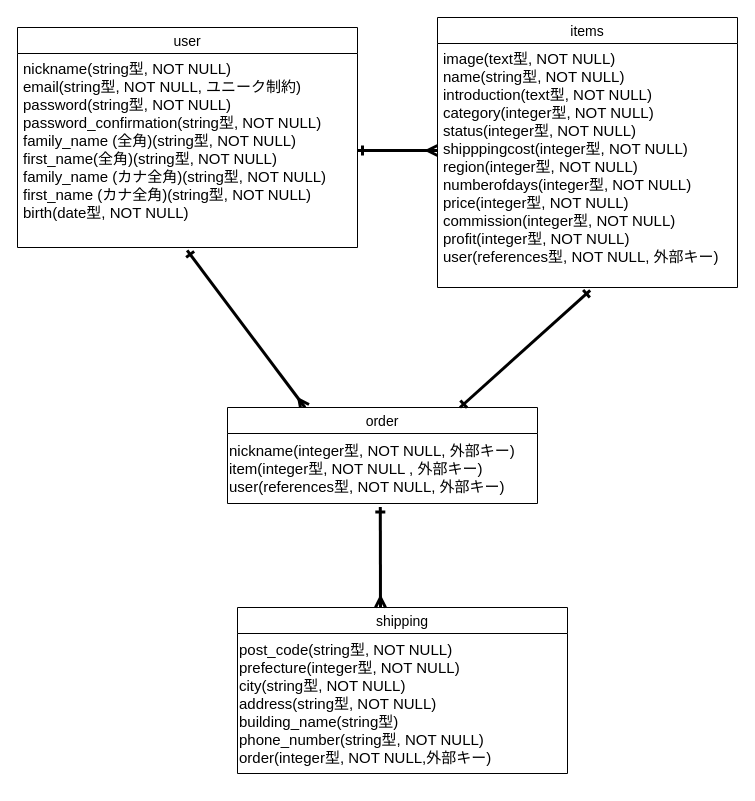
This is furima.dio from satoukouhei40002/furima-40002, a draw.io file, before an edit. Source tidied: cells renumbered, new cells numbered last; positions are measured from the earlier drawing's top-left corner, leaving out a move shared by most shapes. Both pictures are drawn from the tidied source at 100%, with x=0, y=0 at pixel (17, 17).
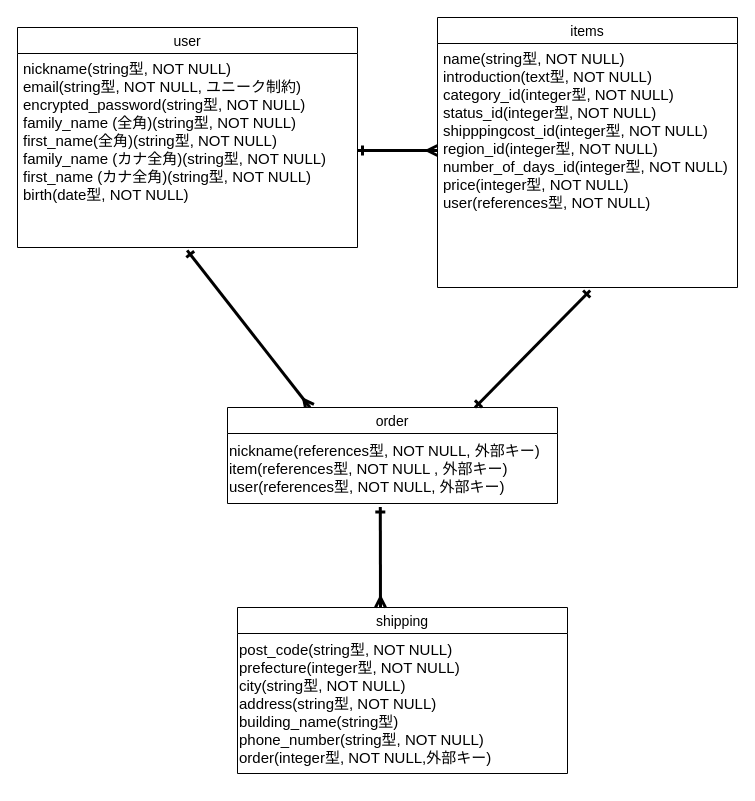
The same page after the edit.

Commit message (it also covers changes not shown here):
データベース設計2

The edit, as a diff of the source:
```diff
@@
 <mxGraphModel>
   <root>
     <mxCell id="0" />
     <mxCell id="1" parent="0" />
     <mxCell id="2" value="user" style="swimlane;fontStyle=0;horizontal=1;startSize=26;align=center;fontSize=14;strokeWidth=1;rounded=0;" parent="1" vertex="1">
       <mxGeometry y="10" width="340" height="220" as="geometry" />
     </mxCell>
-    <mxCell id="3" value="nickname(string型, NOT NULL)&#10;email(string型, NOT NULL, ユニーク制約)&#10;password(string型, NOT NULL)&#10;password_confirmation(string型, NOT NULL)&#10;family_name (全角)(string型, NOT NULL)&#10;first_name(全角)(string型, NOT NULL)&#10;family_name (カナ全角)(string型, NOT NULL)&#10;first_name (カナ全角)(string型, NOT NULL)&#10;birth(date型, NOT NULL)&#10;" style="text;strokeColor=none;fillColor=none;spacingLeft=4;spacingRight=4;overflow=hidden;points=[[0,0.5],[1,0.5]];portConstraint=eastwest;fontSize=15;strokeWidth=1;rounded=0;" parent="2" vertex="1">
+    <mxCell id="3" value="nickname(string型, NOT NULL)&#10;email(string型, NOT NULL, ユニーク制約)&#10;encrypted_password(string型, NOT NULL)&#10;family_name (全角)(string型, NOT NULL)&#10;first_name(全角)(string型, NOT NULL)&#10;family_name (カナ全角)(string型, NOT NULL)&#10;first_name (カナ全角)(string型, NOT NULL)&#10;birth(date型, NOT NULL)&#10;" style="text;strokeColor=none;fillColor=none;spacingLeft=4;spacingRight=4;overflow=hidden;points=[[0,0.5],[1,0.5]];portConstraint=eastwest;fontSize=15;strokeWidth=1;rounded=0;" parent="2" vertex="1">
       <mxGeometry y="26" width="340" height="194" as="geometry" />
     </mxCell>
     <mxCell id="4" value="items" style="swimlane;fontStyle=0;horizontal=1;startSize=26;align=center;fontSize=14;strokeWidth=1;rounded=0;" parent="1" vertex="1">
       <mxGeometry x="420" width="300" height="270" as="geometry" />
     </mxCell>
-    <mxCell id="5" value="image(text型, NOT NULL)&#10;name(string型, NOT NULL)&#10;introduction(text型, NOT NULL)&#10;category(integer型, NOT NULL)&#10;status(integer型, NOT NULL)&#10;shipppingcost(integer型, NOT NULL)&#10;region(integer型, NOT NULL)&#10;numberofdays(integer型, NOT NULL)&#10;price(integer型, NOT NULL)&#10;commission(integer型, NOT NULL)&#10;profit(integer型, NOT NULL)&#10;user(references型, NOT NULL, 外部キー)" style="text;strokeColor=none;fillColor=none;spacingLeft=4;spacingRight=4;overflow=hidden;points=[[0,0.5],[1,0.5]];portConstraint=eastwest;fontSize=15;strokeWidth=1;rounded=0;" parent="4" vertex="1">
+    <mxCell id="5" value="name(string型, NOT NULL)&#10;introduction(text型, NOT NULL)&#10;category_id(integer型, NOT NULL)&#10;status_id(integer型, NOT NULL)&#10;shipppingcost_id(integer型, NOT NULL)&#10;region_id(integer型, NOT NULL)&#10;number_of_days_id(integer型, NOT NULL)&#10;price(integer型, NOT NULL)&#10;user(references型, NOT NULL)" style="text;strokeColor=none;fillColor=none;spacingLeft=4;spacingRight=4;overflow=hidden;points=[[0,0.5],[1,0.5]];portConstraint=eastwest;fontSize=15;strokeWidth=1;rounded=0;" parent="4" vertex="1">
       <mxGeometry y="26" width="300" height="244" as="geometry" />
     </mxCell>
     <mxCell id="6" style="edgeStyle=none;html=1;strokeWidth=3;fontSize=15;startArrow=ERmany;startFill=0;endArrow=ERone;endFill=0;exitX=0.25;exitY=0;exitDx=0;exitDy=0;entryX=0.499;entryY=1.015;entryDx=0;entryDy=0;entryPerimeter=0;" parent="1" edge="1" source="7" target="3">
       <mxGeometry relative="1" as="geometry" />
     </mxCell>
     <mxCell id="7" value="order" style="swimlane;fontStyle=0;horizontal=1;startSize=26;align=center;fontSize=14;rounded=0;hachureGap=4;strokeColor=default;fontFamily=Helvetica;fontColor=default;swimlaneLine=1;shadow=0;labelBackgroundColor=none;labelBorderColor=none;verticalAlign=middle;" parent="1" vertex="1">
-      <mxGeometry x="210" y="390" width="310" height="96" as="geometry" />
+      <mxGeometry x="210" y="390" width="330" height="96" as="geometry" />
     </mxCell>
-    <mxCell id="8" value="&lt;font style=&quot;font-size: 15px;&quot;&gt;nickname(integer型, NOT NULL, 外部キー)&lt;br&gt;item(integer型, NOT NULL , 外部キー)&lt;br&gt;user(references型, NOT NULL, 外部キー)&lt;br&gt;&lt;/font&gt;" style="text;html=1;align=left;verticalAlign=middle;strokeColor=none;fillColor=none;fontSize=14;fontFamily=Helvetica;fontColor=default;" parent="7" vertex="1">
-      <mxGeometry y="26" width="310" height="70" as="geometry" />
+    <mxCell id="8" value="&lt;font style=&quot;font-size: 15px;&quot;&gt;nickname(references型, NOT NULL, 外部キー)&lt;br&gt;item(references型, NOT NULL , 外部キー)&lt;br&gt;user(references型, NOT NULL, 外部キー)&lt;br&gt;&lt;/font&gt;" style="text;html=1;align=left;verticalAlign=middle;strokeColor=none;fillColor=none;fontSize=14;fontFamily=Helvetica;fontColor=default;" parent="7" vertex="1">
+      <mxGeometry y="26" width="330" height="70" as="geometry" />
     </mxCell>
     <mxCell id="9" value="shipping" style="swimlane;fontStyle=0;horizontal=1;startSize=26;align=center;fontSize=14;" parent="1" vertex="1">
       <mxGeometry x="220" y="590" width="330" height="166" as="geometry" />
     </mxCell>
     <mxCell id="10" style="edgeStyle=none;html=1;strokeWidth=3;startArrow=ERone;startFill=0;endArrow=ERmany;endFill=0;" parent="9" edge="1" source="11" target="9">
       <mxGeometry relative="1" as="geometry" />
     </mxCell>
     <mxCell id="11" value="post_code(string型, NOT NULL)&lt;br style=&quot;font-size: 15px;&quot;&gt;prefecture(integer型, NOT NULL)&lt;br style=&quot;font-size: 15px;&quot;&gt;city(string型, NOT NULL)&lt;br style=&quot;font-size: 15px;&quot;&gt;address(string型, NOT NULL)&lt;br style=&quot;font-size: 15px;&quot;&gt;building_name(string型)&lt;br style=&quot;font-size: 15px;&quot;&gt;phone_number(string型, NOT NULL)&lt;br&gt;order(integer型, NOT NULL,外部キー)" style="text;html=1;align=left;verticalAlign=middle;points=[];strokeColor=none;fillColor=none;fontSize=15;fontFamily=Helvetica;fontColor=default;" parent="9" vertex="1">
       <mxGeometry y="26" width="330" height="140" as="geometry" />
     </mxCell>
     <mxCell id="12" style="edgeStyle=none;html=1;fontSize=15;startArrow=ERone;startFill=0;endArrow=ERmany;endFill=0;exitX=1;exitY=0.5;exitDx=0;exitDy=0;strokeWidth=3;" parent="1" edge="1" source="3">
       <mxGeometry relative="1" as="geometry">
         <mxPoint x="420" y="133" as="targetPoint" />
       </mxGeometry>
     </mxCell>
     <mxCell id="13" style="edgeStyle=none;html=1;strokeWidth=3;fontSize=15;startArrow=ERone;startFill=0;endArrow=ERmany;endFill=0;exitX=0.506;exitY=1.051;exitDx=0;exitDy=0;exitPerimeter=0;" parent="1" edge="1">
       <mxGeometry relative="1" as="geometry">
         <mxPoint x="362.8" y="489.6" as="sourcePoint" />
         <mxPoint x="363" y="590" as="targetPoint" />
       </mxGeometry>
     </mxCell>
     <mxCell id="14" style="edgeStyle=none;html=1;entryX=0.75;entryY=0;entryDx=0;entryDy=0;startArrow=ERone;startFill=0;endArrow=ERone;endFill=0;exitX=0.509;exitY=1.012;exitDx=0;exitDy=0;exitPerimeter=0;strokeWidth=3;" parent="1" edge="1" source="5" target="7">
       <mxGeometry relative="1" as="geometry" />
     </mxCell>
   </root>
 </mxGraphModel>
```
